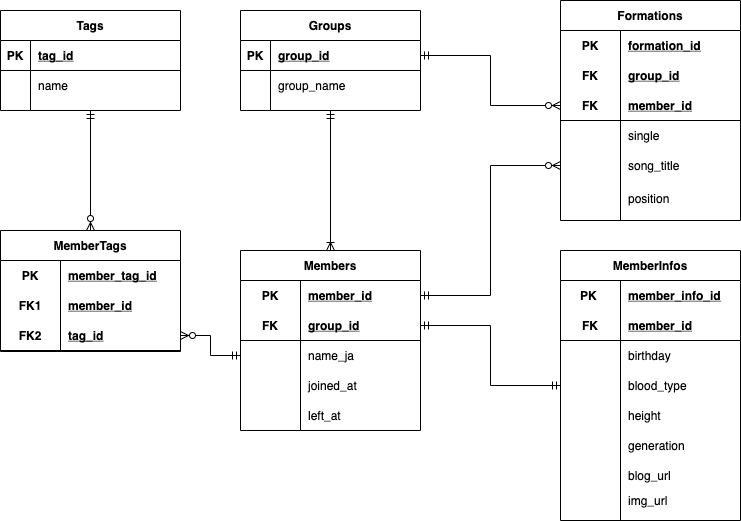
android-project-46group/api-server keeps this draw.io diagram as docs/er.png. Above is the earlier version. Source tidied: cells renumbered, new cells last; positions are measured from the earlier drawing's top-left corner, leaving out a move shared by most shapes.
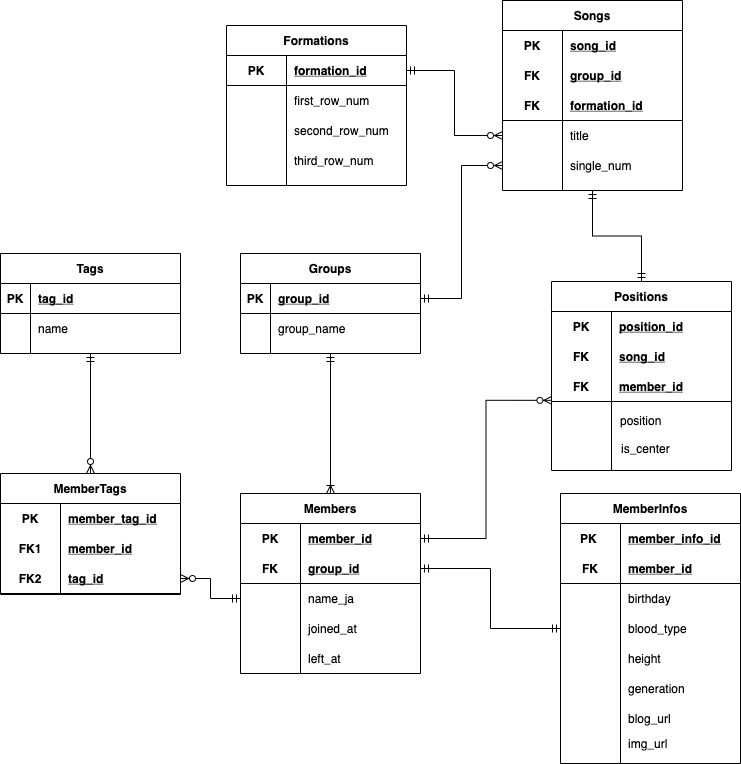
Later version of the same file.

The edit, as a diff of the source:
```diff
@@ -111,10 +111,10 @@
       <mxGeometry x="60" y="235" width="120" height="30" as="geometry" />
     </mxCell>
     <mxCell id="38" value="G" style="group;" parent="1" vertex="1">
-      <mxGeometry x="560" width="180" height="190" as="geometry" />
+      <mxGeometry x="551" y="38" width="180" height="190" as="geometry" />
     </mxCell>
-    <mxCell id="39" value="Formations" style="shape=table;startSize=30;rowLines=0;fontStyle=1;align=center;" parent="38" vertex="1">
-      <mxGeometry width="180" height="220" as="geometry" />
+    <mxCell id="39" value="Positions" style="shape=table;startSize=30;rowLines=0;fontStyle=1;align=center;" parent="38" vertex="1">
+      <mxGeometry width="180" height="189" as="geometry" />
     </mxCell>
     <mxCell id="40" style="shape=partialRectangle;fillColor=none;top=0;left=0;bottom=0;right=0;" parent="39" vertex="1">
       <mxGeometry y="30" width="180" height="30" as="geometry" />
@@ -122,7 +122,7 @@
     <mxCell id="41" value="PK" style="shape=partialRectangle;fillColor=none;top=0;left=0;bottom=0;right=0;fontStyle=1;overflow=hidden;" parent="40" vertex="1">
       <mxGeometry width="60" height="30" as="geometry" />
     </mxCell>
-    <mxCell id="42" value="formation_id" style="shape=partialRectangle;fillColor=none;top=0;left=0;bottom=0;right=0;align=left;spacingLeft=6;fontStyle=5;overflow=hidden;" parent="40" vertex="1">
+    <mxCell id="42" value="position_id" style="shape=partialRectangle;fillColor=none;top=0;left=0;bottom=0;right=0;align=left;spacingLeft=6;fontStyle=5;overflow=hidden;" parent="40" vertex="1">
       <mxGeometry x="60" width="120" height="30" as="geometry" />
     </mxCell>
     <mxCell id="43" style="shape=partialRectangle;fillColor=none;top=0;left=0;bottom=0;right=0;" parent="39" vertex="1">
@@ -131,7 +131,7 @@
     <mxCell id="44" value="FK" style="shape=partialRectangle;fillColor=none;top=0;left=0;bottom=0;right=0;fontStyle=1;overflow=hidden;" parent="43" vertex="1">
       <mxGeometry width="60" height="30" as="geometry" />
     </mxCell>
-    <mxCell id="45" value="group_id" style="shape=partialRectangle;fillColor=none;top=0;left=0;bottom=0;right=0;align=left;spacingLeft=6;fontStyle=5;overflow=hidden;" parent="43" vertex="1">
+    <mxCell id="45" value="song_id" style="shape=partialRectangle;fillColor=none;top=0;left=0;bottom=0;right=0;align=left;spacingLeft=6;fontStyle=5;overflow=hidden;" parent="43" vertex="1">
       <mxGeometry x="60" width="120" height="30" as="geometry" />
     </mxCell>
     <mxCell id="46" style="shape=partialRectangle;fillColor=none;top=0;left=0;bottom=1;right=0;points=[[0,0.5],[1,0.5]];portConstraint=eastwest;" parent="39" vertex="1">
@@ -143,24 +143,6 @@
     <mxCell id="48" value="member_id" style="shape=partialRectangle;fillColor=none;top=0;left=0;bottom=0;right=0;align=left;spacingLeft=6;fontStyle=5;overflow=hidden;" parent="46" vertex="1">
       <mxGeometry x="60" width="120" height="30" as="geometry" />
     </mxCell>
-    <mxCell id="49" style="shape=partialRectangle;fillColor=none;top=0;left=0;bottom=0;right=0;" parent="39" vertex="1">
-      <mxGeometry y="120" width="180" height="30" as="geometry" />
-    </mxCell>
-    <mxCell id="50" style="shape=partialRectangle;fillColor=none;top=0;left=0;bottom=0;right=0;overflow=hidden;" parent="49" vertex="1">
-      <mxGeometry width="60" height="30" as="geometry" />
-    </mxCell>
-    <mxCell id="51" value="single" style="shape=partialRectangle;fillColor=none;top=0;left=0;bottom=0;right=0;align=left;spacingLeft=6;overflow=hidden;" parent="49" vertex="1">
-      <mxGeometry x="60" width="120" height="30" as="geometry" />
-    </mxCell>
-    <mxCell id="52" style="shape=partialRectangle;fillColor=none;top=0;left=0;bottom=0;right=0;points=[[0,0.5],[1,0.5]];portConstraint=eastwest;" parent="39" vertex="1">
-      <mxGeometry y="150" width="180" height="30" as="geometry" />
-    </mxCell>
-    <mxCell id="53" style="shape=partialRectangle;fillColor=none;top=0;left=0;bottom=0;right=0;overflow=hidden;" parent="52" vertex="1">
-      <mxGeometry width="60" height="30" as="geometry" />
-    </mxCell>
-    <mxCell id="54" value="song_title" style="shape=partialRectangle;fillColor=none;top=0;left=0;bottom=0;right=0;align=left;spacingLeft=6;overflow=hidden;" parent="52" vertex="1">
-      <mxGeometry x="60" width="120" height="30" as="geometry" />
-    </mxCell>
     <mxCell id="55" style="shape=partialRectangle;fillColor=none;top=0;left=0;bottom=0;right=0;" parent="38" vertex="1">
       <mxGeometry y="155" width="180" height="30" as="geometry" />
     </mxCell>
@@ -168,15 +150,15 @@
       <mxGeometry width="60" height="30" as="geometry" />
     </mxCell>
     <mxCell id="57" value="position" style="shape=partialRectangle;fillColor=none;top=0;left=0;bottom=0;right=0;align=left;spacingLeft=6;overflow=hidden;" parent="38" vertex="1">
-      <mxGeometry x="60" y="183" width="120" height="30" as="geometry" />
+      <mxGeometry x="61" y="124" width="120" height="30" as="geometry" />
     </mxCell>
     <mxCell id="58" style="edgeStyle=orthogonalEdgeStyle;rounded=0;jettySize=auto;html=1;exitX=1;exitY=0.5;exitDx=0;exitDy=0;entryX=0;entryY=0.5;entryDx=0;entryDy=0;startArrow=ERmandOne;startFill=0;endArrow=ERmandOne;endFill=0;" parent="1" edge="1" source="14" target="31">
       <mxGeometry relative="1" as="geometry" />
     </mxCell>
-    <mxCell id="59" style="edgeStyle=orthogonalEdgeStyle;rounded=0;jettySize=auto;html=1;exitX=1;exitY=0.5;exitDx=0;exitDy=0;entryX=0;entryY=0.5;entryDx=0;entryDy=0;startArrow=ERmandOne;startFill=0;endArrow=ERzeroToMany;endFill=1;" parent="1" edge="1" source="11" target="52">
+    <mxCell id="59" style="edgeStyle=orthogonalEdgeStyle;rounded=0;jettySize=auto;html=1;exitX=1;exitY=0.5;exitDx=0;exitDy=0;entryX=0.002;entryY=0.961;entryDx=0;entryDy=0;startArrow=ERmandOne;startFill=0;endArrow=ERzeroToMany;endFill=1;entryPerimeter=0;" parent="1" edge="1" source="11" target="46">
       <mxGeometry relative="1" as="geometry" />
     </mxCell>
-    <mxCell id="60" style="edgeStyle=orthogonalEdgeStyle;rounded=0;jettySize=auto;html=1;exitX=1;exitY=0.5;exitDx=0;exitDy=0;entryX=0;entryY=0.5;entryDx=0;entryDy=0;startArrow=ERmandOne;startFill=0;endArrow=ERzeroToMany;endFill=1;" parent="1" edge="1" source="4" target="46">
+    <mxCell id="60" style="edgeStyle=orthogonalEdgeStyle;rounded=0;jettySize=auto;html=1;exitX=1;exitY=0.5;exitDx=0;exitDy=0;entryX=0;entryY=0.5;entryDx=0;entryDy=0;startArrow=ERmandOne;startFill=0;endArrow=ERzeroToMany;endFill=1;" parent="1" edge="1" source="4" target="52">
       <mxGeometry relative="1" as="geometry" />
     </mxCell>
     <mxCell id="61" style="shape=partialRectangle;fillColor=none;top=0;left=0;bottom=0;right=0;" parent="1" vertex="1">
@@ -263,5 +245,101 @@
     <mxCell id="88" style="edgeStyle=orthogonalEdgeStyle;rounded=0;jettySize=auto;html=1;exitX=1;exitY=0.5;exitDx=0;exitDy=0;entryX=0;entryY=0.5;entryDx=0;entryDy=0;startArrow=ERzeroToMany;startFill=1;endArrow=ERmandOne;endFill=0;" parent="1" edge="1" source="74" target="17">
       <mxGeometry relative="1" as="geometry" />
     </mxCell>
+    <mxCell id="89" style="edgeStyle=orthogonalEdgeStyle;rounded=0;jettySize=auto;html=1;entryX=0.5;entryY=0;entryDx=0;entryDy=0;startArrow=ERmandOne;startFill=0;endArrow=ERmandOne;endFill=0;exitX=0.5;exitY=1;exitDx=0;exitDy=0;" parent="1" edge="1" source="104" target="39">
+      <mxGeometry relative="1" as="geometry" />
+    </mxCell>
+    <mxCell id="90" value="Formations" style="shape=table;startSize=30;rowLines=0;fontStyle=1;align=center;" parent="1" vertex="1">
+      <mxGeometry x="226" y="-218" width="180" height="160" as="geometry" />
+    </mxCell>
+    <mxCell id="91" style="shape=partialRectangle;fillColor=none;top=0;left=0;bottom=1;right=0;points=[[0,0.5],[1,0.5]];portConstraint=eastwest;" parent="90" vertex="1">
+      <mxGeometry y="30" width="180" height="30" as="geometry" />
+    </mxCell>
+    <mxCell id="92" value="PK" style="shape=partialRectangle;fillColor=none;top=0;left=0;bottom=0;right=0;fontStyle=1;overflow=hidden;" parent="91" vertex="1">
+      <mxGeometry width="60" height="30" as="geometry" />
+    </mxCell>
+    <mxCell id="93" value="formation_id" style="shape=partialRectangle;fillColor=none;top=0;left=0;bottom=0;right=0;align=left;spacingLeft=6;fontStyle=5;overflow=hidden;" parent="91" vertex="1">
+      <mxGeometry x="60" width="120" height="30" as="geometry" />
+    </mxCell>
+    <mxCell id="94" style="shape=partialRectangle;fillColor=none;top=0;left=0;bottom=0;right=0;" parent="90" vertex="1">
+      <mxGeometry y="60" width="180" height="30" as="geometry" />
+    </mxCell>
+    <mxCell id="95" style="shape=partialRectangle;fillColor=none;top=0;left=0;bottom=0;right=0;overflow=hidden;" parent="94" vertex="1">
+      <mxGeometry width="60" height="30" as="geometry" />
+    </mxCell>
+    <mxCell id="96" value="first_row_num" style="shape=partialRectangle;fillColor=none;top=0;left=0;bottom=0;right=0;align=left;spacingLeft=6;overflow=hidden;" parent="94" vertex="1">
+      <mxGeometry x="60" width="120" height="30" as="geometry" />
+    </mxCell>
+    <mxCell id="97" style="shape=partialRectangle;fillColor=none;top=0;left=0;bottom=0;right=0;" parent="90" vertex="1">
+      <mxGeometry y="90" width="180" height="30" as="geometry" />
+    </mxCell>
+    <mxCell id="98" style="shape=partialRectangle;fillColor=none;top=0;left=0;bottom=0;right=0;overflow=hidden;" parent="97" vertex="1">
+      <mxGeometry width="60" height="30" as="geometry" />
+    </mxCell>
+    <mxCell id="99" value="second_row_num" style="shape=partialRectangle;fillColor=none;top=0;left=0;bottom=0;right=0;align=left;spacingLeft=6;overflow=hidden;" parent="97" vertex="1">
+      <mxGeometry x="60" width="120" height="30" as="geometry" />
+    </mxCell>
+    <mxCell id="100" style="shape=partialRectangle;fillColor=none;top=0;left=0;bottom=0;right=0;" parent="90" vertex="1">
+      <mxGeometry y="120" width="180" height="30" as="geometry" />
+    </mxCell>
+    <mxCell id="101" style="shape=partialRectangle;fillColor=none;top=0;left=0;bottom=0;right=0;overflow=hidden;" parent="100" vertex="1">
+      <mxGeometry width="60" height="30" as="geometry" />
+    </mxCell>
+    <mxCell id="102" value="third_row_num" style="shape=partialRectangle;fillColor=none;top=0;left=0;bottom=0;right=0;align=left;spacingLeft=6;overflow=hidden;" parent="100" vertex="1">
+      <mxGeometry x="60" width="120" height="30" as="geometry" />
+    </mxCell>
+    <mxCell id="103" style="edgeStyle=orthogonalEdgeStyle;rounded=0;jettySize=auto;html=1;exitX=0;exitY=0.5;exitDx=0;exitDy=0;entryX=1;entryY=0.5;entryDx=0;entryDy=0;startArrow=ERzeroToMany;startFill=1;endArrow=ERmandOne;endFill=0;" parent="1" edge="1" source="114" target="91">
+      <mxGeometry relative="1" as="geometry" />
+    </mxCell>
+    <mxCell id="104" value="Songs" style="shape=table;startSize=30;rowLines=0;fontStyle=1;align=center;" parent="1" vertex="1">
+      <mxGeometry x="502" y="-243" width="180" height="190" as="geometry" />
+    </mxCell>
+    <mxCell id="105" style="shape=partialRectangle;fillColor=none;top=0;left=0;bottom=0;right=0;" parent="104" vertex="1">
+      <mxGeometry y="30" width="180" height="30" as="geometry" />
+    </mxCell>
+    <mxCell id="106" value="PK" style="shape=partialRectangle;fillColor=none;top=0;left=0;bottom=0;right=0;fontStyle=1;overflow=hidden;" parent="105" vertex="1">
+      <mxGeometry width="60" height="30" as="geometry" />
+    </mxCell>
+    <mxCell id="107" value="song_id" style="shape=partialRectangle;fillColor=none;top=0;left=0;bottom=0;right=0;align=left;spacingLeft=6;fontStyle=5;overflow=hidden;" parent="105" vertex="1">
+      <mxGeometry x="60" width="120" height="30" as="geometry" />
+    </mxCell>
+    <mxCell id="108" style="shape=partialRectangle;fillColor=none;top=0;left=0;bottom=0;right=0;" parent="104" vertex="1">
+      <mxGeometry y="60" width="180" height="30" as="geometry" />
+    </mxCell>
+    <mxCell id="109" value="FK" style="shape=partialRectangle;fillColor=none;top=0;left=0;bottom=0;right=0;fontStyle=1;overflow=hidden;" parent="108" vertex="1">
+      <mxGeometry width="60" height="30" as="geometry" />
+    </mxCell>
+    <mxCell id="110" value="group_id" style="shape=partialRectangle;fillColor=none;top=0;left=0;bottom=0;right=0;align=left;spacingLeft=6;fontStyle=5;overflow=hidden;" parent="108" vertex="1">
+      <mxGeometry x="60" width="120" height="30" as="geometry" />
+    </mxCell>
+    <mxCell id="111" style="shape=partialRectangle;fillColor=none;top=0;left=0;bottom=1;right=0;" parent="104" vertex="1">
+      <mxGeometry y="90" width="180" height="30" as="geometry" />
+    </mxCell>
+    <mxCell id="112" value="FK" style="shape=partialRectangle;fillColor=none;top=0;left=0;bottom=0;right=0;fontStyle=1;overflow=hidden;" parent="111" vertex="1">
+      <mxGeometry width="60" height="30" as="geometry" />
+    </mxCell>
+    <mxCell id="113" value="formation_id" style="shape=partialRectangle;fillColor=none;top=0;left=0;bottom=0;right=0;align=left;spacingLeft=6;fontStyle=5;overflow=hidden;" parent="111" vertex="1">
+      <mxGeometry x="60" width="120" height="30" as="geometry" />
+    </mxCell>
+    <mxCell id="114" style="shape=partialRectangle;fillColor=none;top=0;left=0;bottom=0;right=0;points=[[0,0.5],[1,0.5]];portConstraint=eastwest;" parent="104" vertex="1">
+      <mxGeometry y="120" width="180" height="30" as="geometry" />
+    </mxCell>
+    <mxCell id="115" style="shape=partialRectangle;fillColor=none;top=0;left=0;bottom=0;right=0;overflow=hidden;" parent="114" vertex="1">
+      <mxGeometry width="60" height="30" as="geometry" />
+    </mxCell>
+    <mxCell id="116" value="title" style="shape=partialRectangle;fillColor=none;top=0;left=0;bottom=0;right=0;align=left;spacingLeft=6;overflow=hidden;" parent="114" vertex="1">
+      <mxGeometry x="60" width="120" height="30" as="geometry" />
+    </mxCell>
+    <mxCell id="52" style="shape=partialRectangle;fillColor=none;top=0;left=0;bottom=0;right=0;points=[[0,0.5],[1,0.5]];portConstraint=eastwest;" parent="104" vertex="1">
+      <mxGeometry y="150" width="180" height="30" as="geometry" />
+    </mxCell>
+    <mxCell id="117" style="shape=partialRectangle;fillColor=none;top=0;left=0;bottom=0;right=0;overflow=hidden;" parent="52" vertex="1">
+      <mxGeometry width="60" height="30" as="geometry" />
+    </mxCell>
+    <mxCell id="118" value="single_num" style="shape=partialRectangle;fillColor=none;top=0;left=0;bottom=0;right=0;align=left;spacingLeft=6;overflow=hidden;" parent="52" vertex="1">
+      <mxGeometry x="60" width="120" height="30" as="geometry" />
+    </mxCell>
+    <mxCell id="119" value="is_center" style="shape=partialRectangle;fillColor=none;top=0;left=0;bottom=0;right=0;align=left;spacingLeft=6;overflow=hidden;" parent="1" vertex="1">
+      <mxGeometry x="613" y="190" width="120" height="30" as="geometry" />
+    </mxCell>
   </root>
 </mxGraphModel>
```
